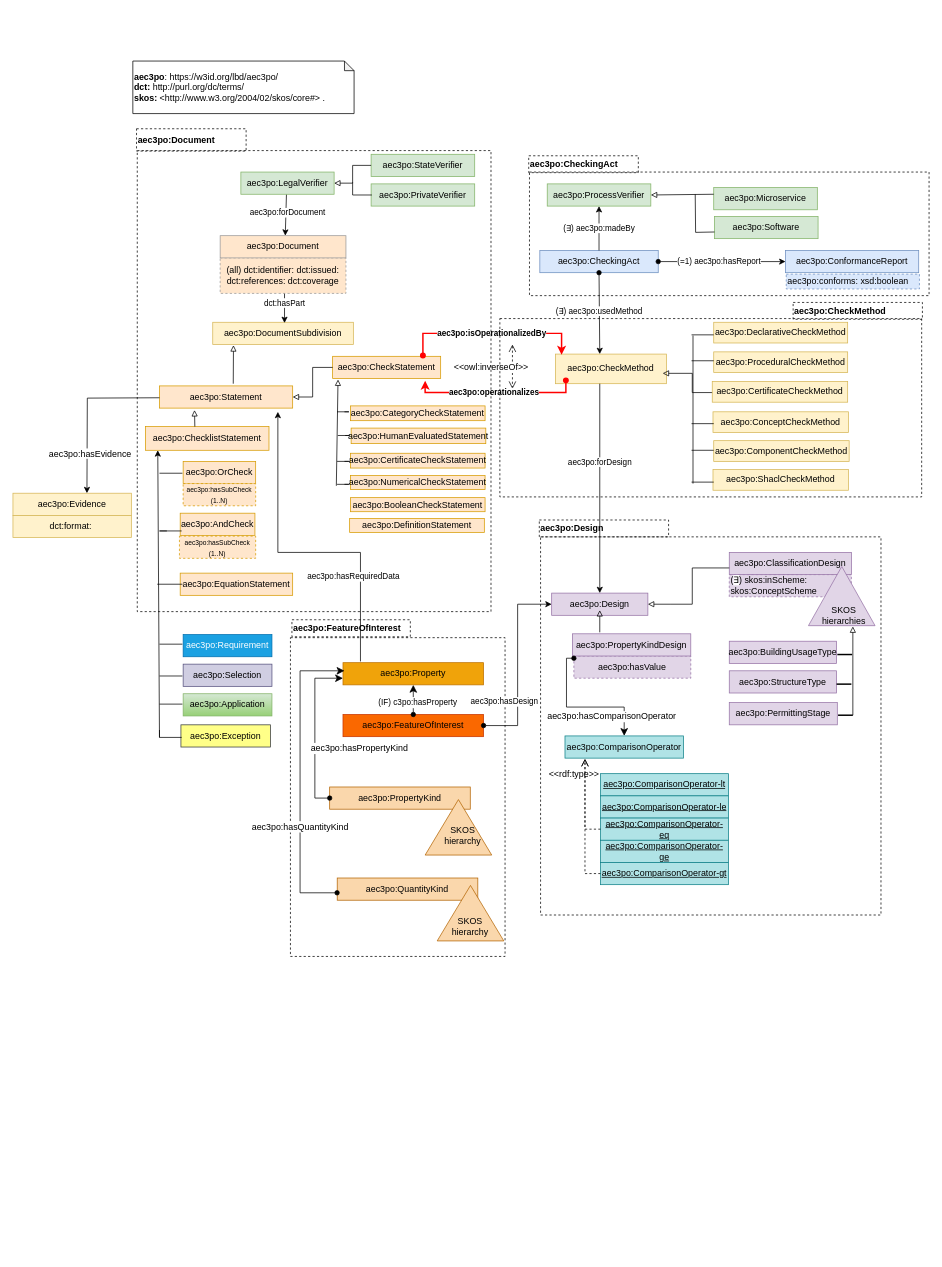
Above: page "aec3po_v1.0.0" (13 of 14) of resources/aec3po.drawio in Accord-Project/aec3po (draw.io), before the change. Source tidied: cells renumbered, new cells numbered last; positions are measured from the earlier drawing's top-left corner, leaving out a move shared by most shapes. Both pictures are drawn from the tidied source at 74%, with x=0, y=0 at pixel (13, 13).
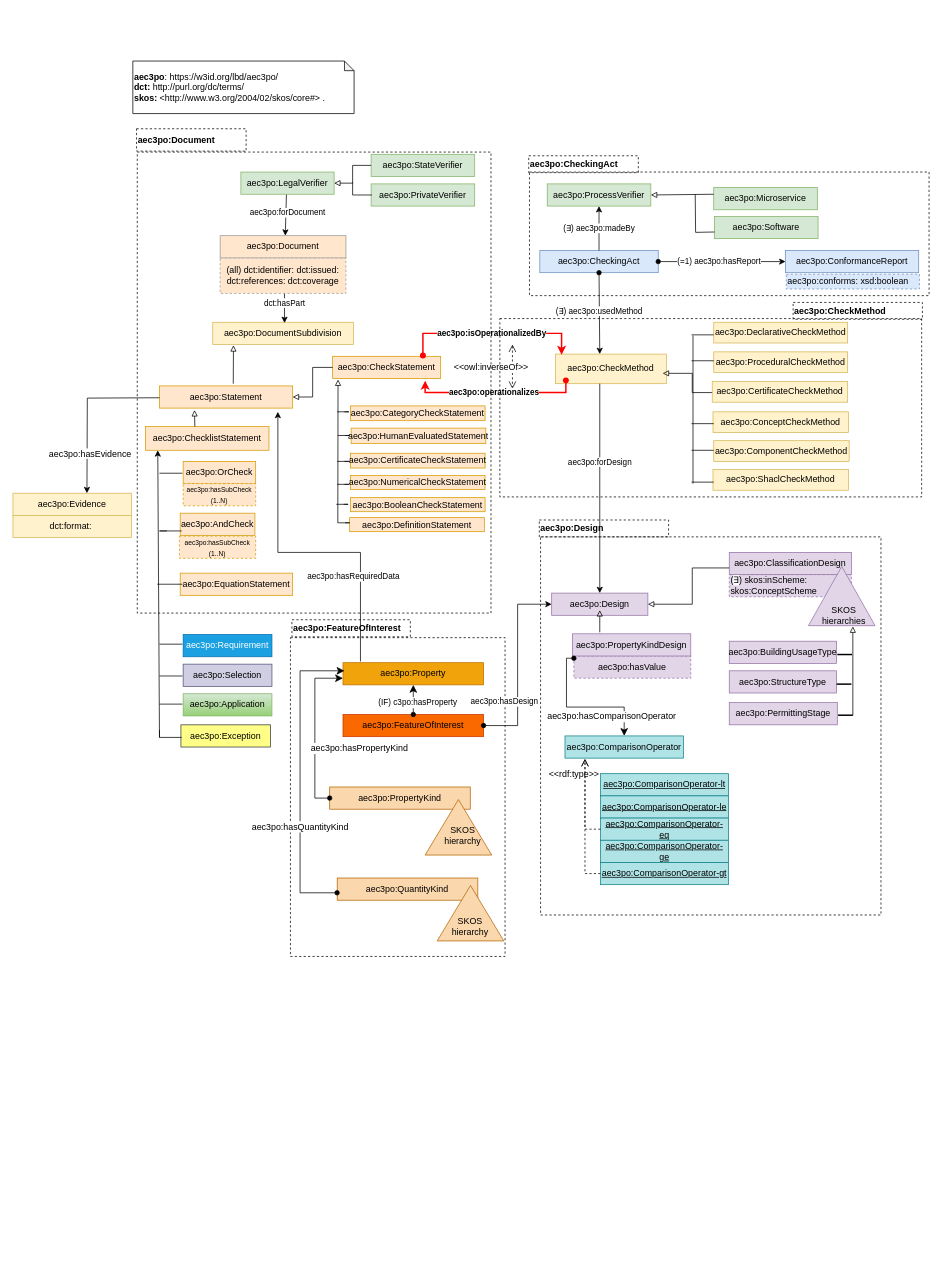
The same diagram, later.

The change refers to these unchanged cells:
```xml
<mxCell id="20" value="aec3po:CheckStatement" style="rounded=0;whiteSpace=wrap;html=1;snapToPoint=1;points=[[0.1,0],[0.2,0],[0.3,0],[0.4,0],[0.5,0],[0.6,0],[0.7,0],[0.8,0],[0.9,0],[0,0.1],[0,0.3],[0,0.5],[0,0.7],[0,0.9],[0.1,1],[0.2,1],[0.3,1],[0.4,1],[0.5,1],[0.6,1],[0.7,1],[0.8,1],[0.9,1],[1,0.1],[1,0.3],[1,0.5],[1,0.7],[1,0.9]];fillColor=#ffe6cc;strokeColor=#d79b00;" parent="1" vertex="1">
  <mxGeometry x="432" y="464" width="146" height="30" as="geometry" />
</mxCell>
```

Change to the diagram source:
```diff
@@
     <mxCell id="70" style="endArrow=block;html=1;rounded=0;labelBackgroundColor=default;strokeColor=default;fontFamily=Helvetica;fontSize=11;fontColor=default;shape=connector;endFill=0;entryX=0.05;entryY=1.044;entryDx=0;entryDy=0;entryPerimeter=0;" parent="1" edge="1" target="20">
       <mxGeometry relative="1" as="geometry">
-        <mxPoint x="437" y="639" as="sourcePoint" />
+        <mxPoint x="439" y="689" as="sourcePoint" />
       </mxGeometry>
     </mxCell>
@@
     <mxCell id="77" style="rounded=0;whiteSpace=wrap;html=1;fontSize=9;fillColor=none;dashed=1;" parent="1" vertex="1">
-      <mxGeometry x="168" y="186" width="478" height="623" as="geometry" />
+      <mxGeometry x="168" y="188" width="478" height="623" as="geometry" />
     </mxCell>
@@
     <mxCell id="134" value="aec3po:DefinitionStatement" style="rounded=0;whiteSpace=wrap;html=1;fillColor=#ffe6cc;strokeColor=#d79b00;" parent="1" vertex="1">
-      <mxGeometry x="455" y="683" width="182" height="19" as="geometry" />
+      <mxGeometry x="455" y="682" width="182" height="19" as="geometry" />
     </mxCell>
@@
+    <mxCell id="139" style="endArrow=none;html=1;rounded=0;labelBackgroundColor=default;strokeColor=default;fontFamily=Helvetica;fontSize=11;fontColor=default;shape=connector;startSize=0;jumpSize=0;" parent="1" edge="1">
+      <mxGeometry relative="1" as="geometry">
+        <mxPoint x="437" y="664" as="sourcePoint" />
+        <mxPoint x="447" y="664" as="targetPoint" />
+        <Array as="points">
+          <mxPoint x="453" y="664" />
+        </Array>
+      </mxGeometry>
+    </mxCell>
+    <mxCell id="140" style="endArrow=none;html=1;rounded=0;labelBackgroundColor=default;strokeColor=default;fontFamily=Helvetica;fontSize=11;fontColor=default;shape=connector;startSize=0;jumpSize=0;" parent="1" edge="1">
+      <mxGeometry relative="1" as="geometry">
+        <mxPoint x="439" y="689" as="sourcePoint" />
+        <mxPoint x="449" y="689" as="targetPoint" />
+        <Array as="points">
+          <mxPoint x="455" y="689" />
+        </Array>
+      </mxGeometry>
+    </mxCell>
```
